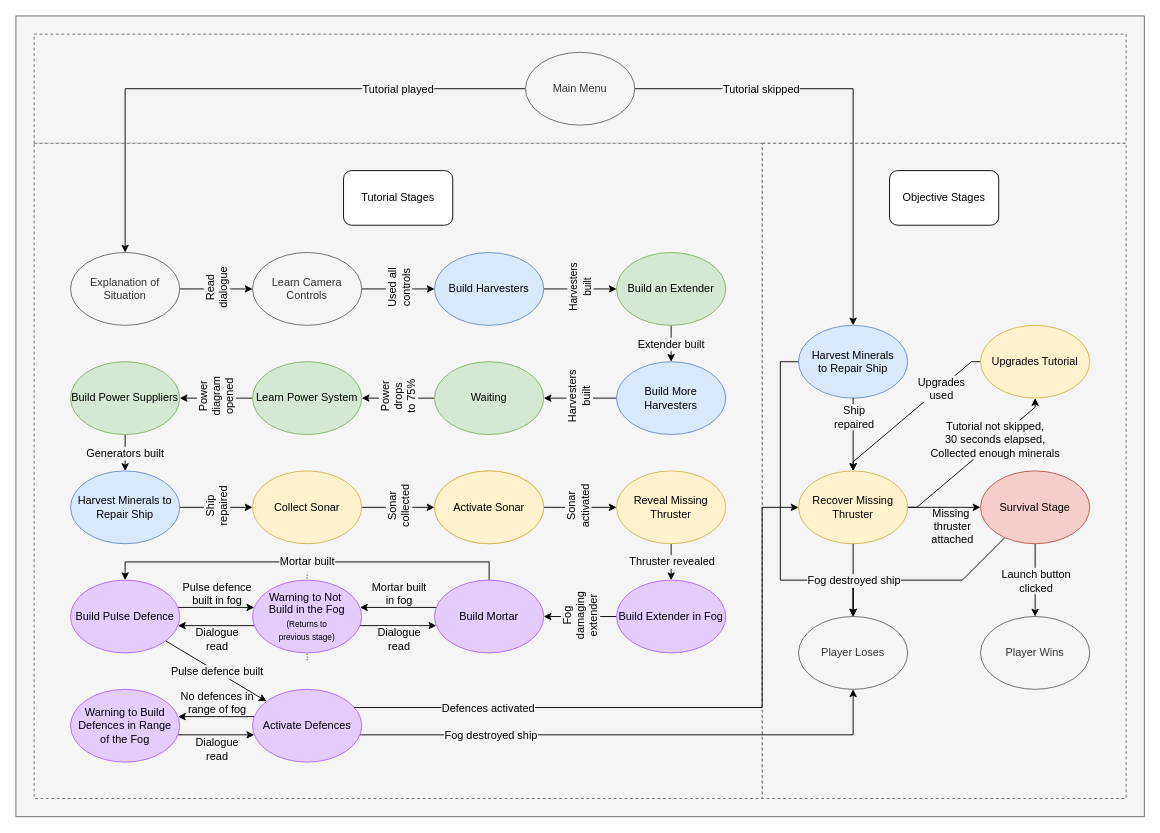
Above: 31 - DOC - Custom Project D Level/Tutorial and Objective Stages.drawio in huf0001/COS30031GamesProgramming (draw.io), before the change. Source tidied: cells renumbered, new cells numbered last; positions are measured from the earlier drawing's top-left corner, leaving out a move shared by most shapes. Both pictures are drawn from the tidied source at 91%, with x=0, y=0 at pixel (15, 15).
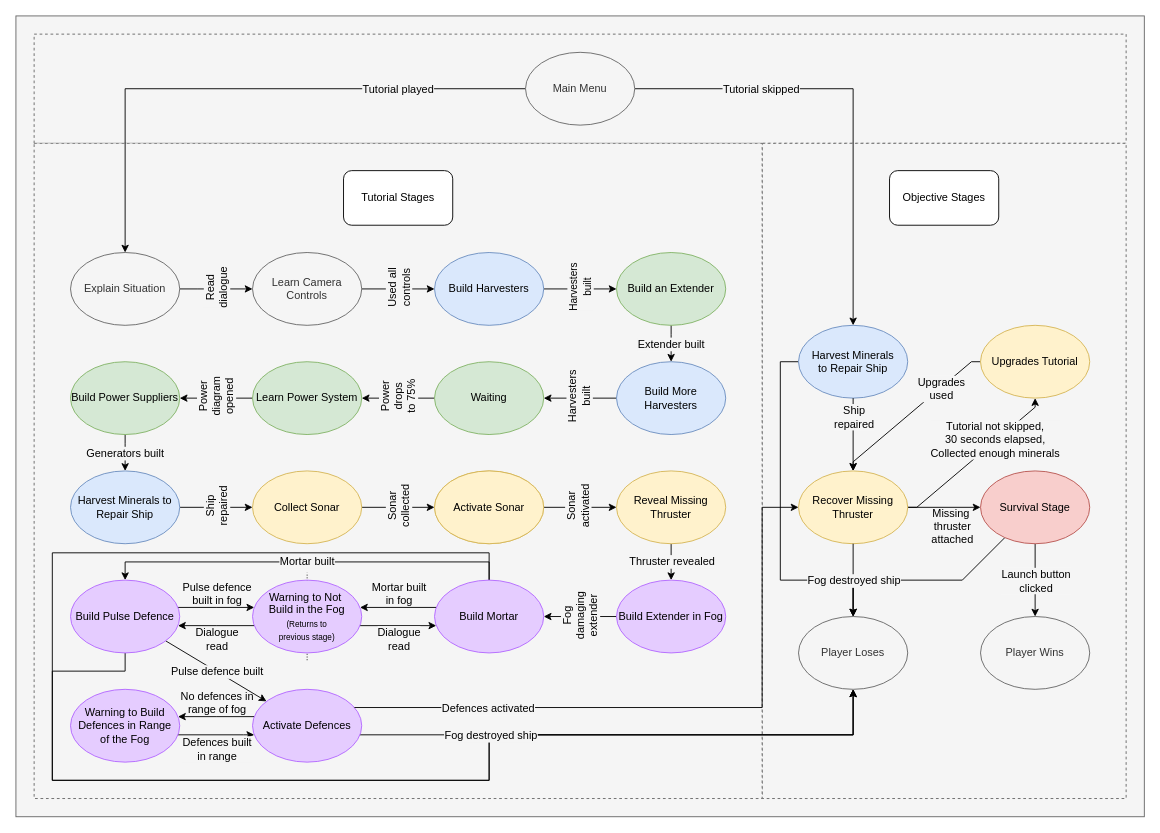
After the change.

Commit message (it also covers changes not shown here):
More diagram content

Unchanged cells that the change refers to:
```xml
<mxCell id="53" value="Build Mortar" style="ellipse;whiteSpace=wrap;html=1;fillColor=#E5CCFF;strokeColor=#B266FF;" parent="1" vertex="1">
  <mxGeometry x="460" y="620" width="120" height="80" as="geometry" />
</mxCell>
<mxCell id="58" value="Build Pulse Defence" style="ellipse;whiteSpace=wrap;html=1;fillColor=#E5CCFF;strokeColor=#B266FF;" parent="1" vertex="1">
  <mxGeometry x="60" y="620" width="120" height="80" as="geometry" />
</mxCell>
<mxCell id="68" style="edgeStyle=orthogonalEdgeStyle;rounded=0;jettySize=auto;html=1;" parent="1" edge="1" source="70" target="63">
  <mxGeometry relative="1" as="geometry">
    <Array as="points">
      <mxPoint x="250" y="790" />
      <mxPoint x="250" y="790" />
    </Array>
  </mxGeometry>
</mxCell>
<mxCell id="97" value="Player Loses" style="ellipse;whiteSpace=wrap;html=1;fillColor=#f5f5f5;strokeColor=#666666;fontColor=#333333;" parent="1" vertex="1">
  <mxGeometry x="860" y="660" width="120" height="80" as="geometry" />
</mxCell>
```

What changed in the source:
```diff
@@
-    <mxCell id="11" value="Explanation of Situation" style="ellipse;whiteSpace=wrap;html=1;fillColor=#f5f5f5;strokeColor=#666666;fontColor=#333333;" parent="1" vertex="1">
+    <mxCell id="11" value="Explain Situation" style="ellipse;whiteSpace=wrap;html=1;fillColor=#f5f5f5;strokeColor=#666666;fontColor=#333333;" parent="1" vertex="1">
       <mxGeometry x="60" y="260" width="120" height="80" as="geometry" />
     </mxCell>
@@
+    <mxCell id="100" style="edgeStyle=orthogonalEdgeStyle;rounded=0;jettySize=auto;html=1;labelBackgroundColor=#F5F5F5;endArrow=classic;endFill=1;" parent="1" edge="1" source="53" target="97">
+      <mxGeometry relative="1" as="geometry">
+        <Array as="points">
+          <mxPoint x="520" y="590" />
+          <mxPoint x="40" y="590" />
+          <mxPoint x="40" y="840" />
+          <mxPoint x="520" y="840" />
+          <mxPoint x="520" y="790" />
+          <mxPoint x="920" y="790" />
+        </Array>
+      </mxGeometry>
+    </mxCell>
@@
+    <mxCell id="101" style="edgeStyle=orthogonalEdgeStyle;rounded=0;jettySize=auto;html=1;labelBackgroundColor=#F5F5F5;endArrow=classic;endFill=1;" parent="1" edge="1" source="58" target="97">
+      <mxGeometry relative="1" as="geometry">
+        <Array as="points">
+          <mxPoint x="120" y="720" />
+          <mxPoint x="40" y="720" />
+          <mxPoint x="40" y="840" />
+          <mxPoint x="520" y="840" />
+          <mxPoint x="520" y="790" />
+          <mxPoint x="920" y="790" />
+        </Array>
+      </mxGeometry>
+    </mxCell>
@@
-    <mxCell id="69" value="Dialogue&lt;br&gt;read" style="text;html=1;align=center;verticalAlign=middle;labelBackgroundColor=#F5F5F5;" parent="68" vertex="1">
+    <mxCell id="69" value="Defences built&lt;br&gt;in range" style="text;html=1;align=center;verticalAlign=middle;labelBackgroundColor=#F5F5F5;" parent="68" vertex="1">
       <mxGeometry x="0.71" y="18" relative="1" as="geometry">
         <mxPoint x="-30" y="33" as="offset" />
       </mxGeometry>
     </mxCell>
```
